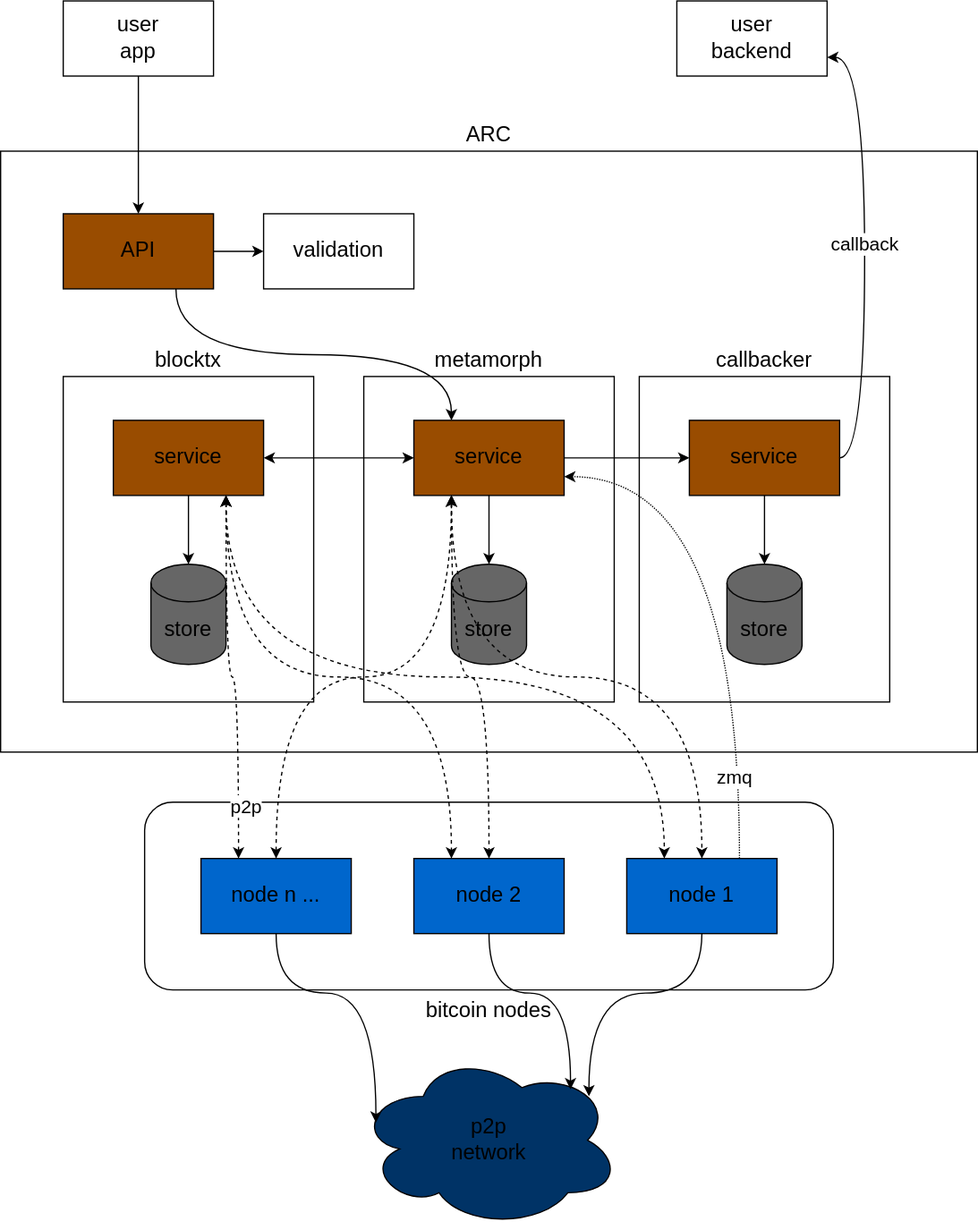
bitcoin-sv/arc keeps this draw.io diagram as doc/building_block_diagram.drawio.svg. Above is the earlier version. Source tidied: cells renumbered, new cells last; positions are measured from the earlier drawing's top-left corner, leaving out a move shared by most shapes.
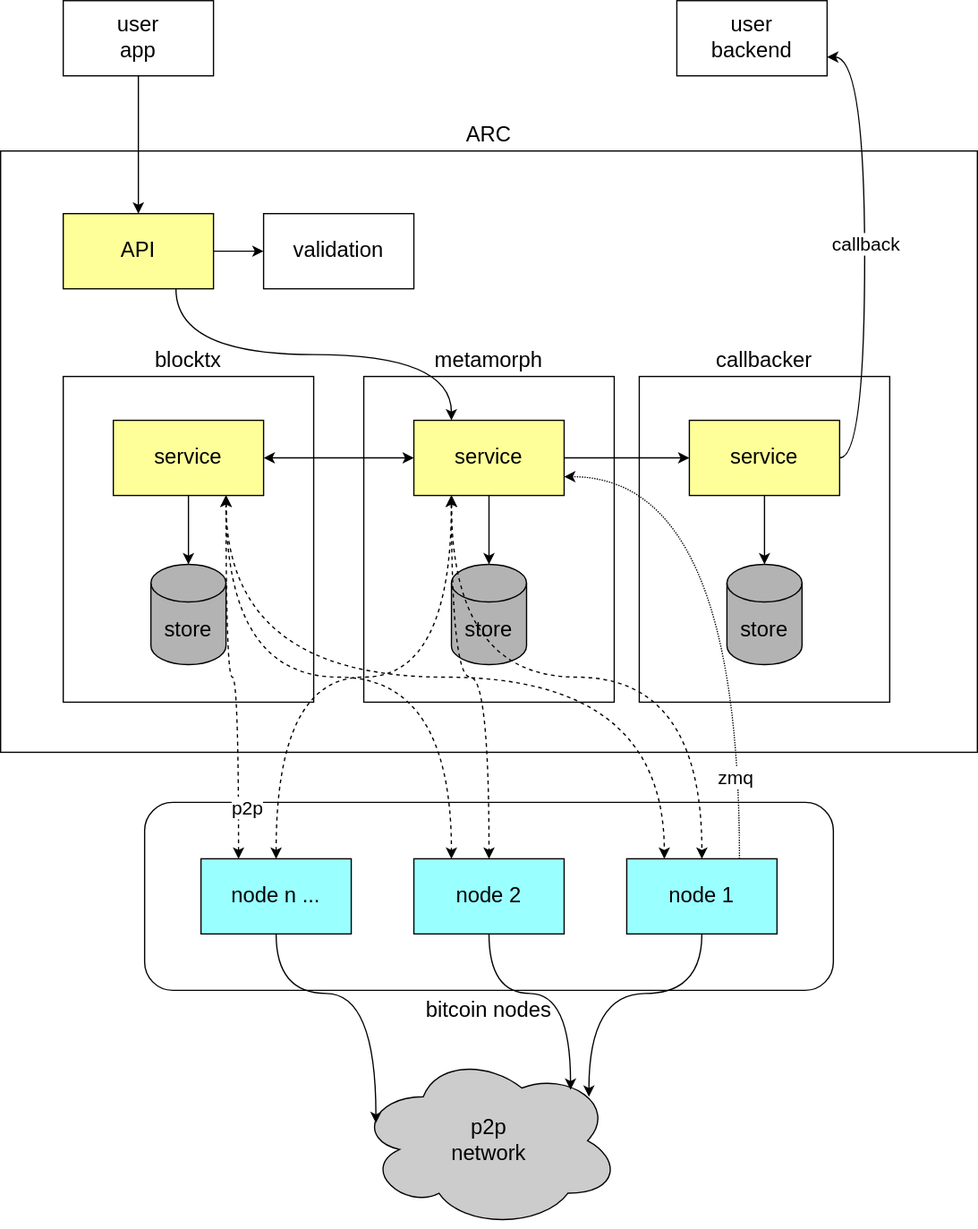
Later version of the same file.

Commit message:
docs(BPAAS-2024): Fix building block diagram

The edit, as a diff of the source:
```diff
@@ -1,8 +1,8 @@
-<mxGraphModel>
+<mxGraphModel background="#FFFFFF">
   <root>
     <mxCell id="0" />
     <mxCell id="1" parent="0" />
-    <mxCell id="2" value="ARC" style="rounded=0;whiteSpace=wrap;html=1;fontSize=17;align=center;labelPosition=center;verticalLabelPosition=top;verticalAlign=bottom;" parent="1" vertex="1">
+    <mxCell id="2" value="ARC" style="rounded=0;whiteSpace=wrap;html=1;fontSize=17;align=center;labelPosition=center;verticalLabelPosition=top;verticalAlign=bottom;fillColor=default;" parent="1" vertex="1">
       <mxGeometry y="120" width="780" height="480" as="geometry" />
     </mxCell>
     <mxCell id="3" value="metamorph" style="rounded=0;whiteSpace=wrap;html=1;fontSize=17;align=center;labelPosition=center;verticalLabelPosition=top;verticalAlign=bottom;" parent="1" vertex="1">
@@ -17,31 +17,31 @@
     <mxCell id="6" style="edgeStyle=orthogonalEdgeStyle;rounded=0;jettySize=auto;html=1;exitX=0.75;exitY=1;exitDx=0;exitDy=0;entryX=0.25;entryY=0;entryDx=0;entryDy=0;curved=1;" parent="1" edge="1" source="7" target="8">
       <mxGeometry relative="1" as="geometry" />
     </mxCell>
-    <mxCell id="7" value="API" style="rounded=0;whiteSpace=wrap;html=1;fontSize=17;fillColor=#994C00;" parent="1" vertex="1">
+    <mxCell id="7" value="API" style="rounded=0;whiteSpace=wrap;html=1;fontSize=17;fillColor=#FFFF99;" parent="1" vertex="1">
       <mxGeometry x="50" y="170" width="120" height="60" as="geometry" />
     </mxCell>
-    <mxCell id="8" value="service" style="rounded=0;whiteSpace=wrap;html=1;fontSize=17;fillColor=#994C00;gradientColor=none;" parent="1" vertex="1">
+    <mxCell id="8" value="service" style="rounded=0;whiteSpace=wrap;html=1;fontSize=17;fillColor=#FFFF99;gradientColor=none;" parent="1" vertex="1">
       <mxGeometry x="330" y="335" width="120" height="60" as="geometry" />
     </mxCell>
-    <mxCell id="9" value="store" style="shape=cylinder3;whiteSpace=wrap;html=1;boundedLbl=1;backgroundOutline=1;size=15;fontSize=17;fillColor=#666666;" parent="1" vertex="1">
+    <mxCell id="9" value="store" style="shape=cylinder3;whiteSpace=wrap;html=1;boundedLbl=1;backgroundOutline=1;size=15;fontSize=17;fillColor=#B3B3B3;" parent="1" vertex="1">
       <mxGeometry x="360" y="450" width="60" height="80" as="geometry" />
     </mxCell>
     <mxCell id="10" value="blocktx" style="rounded=0;whiteSpace=wrap;html=1;fontSize=17;align=center;labelPosition=center;verticalLabelPosition=top;verticalAlign=bottom;" parent="1" vertex="1">
       <mxGeometry x="50" y="300" width="200" height="260" as="geometry" />
     </mxCell>
-    <mxCell id="11" value="service" style="rounded=0;whiteSpace=wrap;html=1;fontSize=17;fillColor=#994C00;" parent="1" vertex="1">
+    <mxCell id="11" value="service" style="rounded=0;whiteSpace=wrap;html=1;fontSize=17;fillColor=#FFFF99;" parent="1" vertex="1">
       <mxGeometry x="90" y="335" width="120" height="60" as="geometry" />
     </mxCell>
-    <mxCell id="12" value="store" style="shape=cylinder3;whiteSpace=wrap;html=1;boundedLbl=1;backgroundOutline=1;size=15;fontSize=17;fillColor=#666666;" parent="1" vertex="1">
+    <mxCell id="12" value="store" style="shape=cylinder3;whiteSpace=wrap;html=1;boundedLbl=1;backgroundOutline=1;size=15;fontSize=17;fillColor=#B3B3B3;" parent="1" vertex="1">
       <mxGeometry x="120" y="450" width="60" height="80" as="geometry" />
     </mxCell>
     <mxCell id="13" value="callbacker" style="rounded=0;whiteSpace=wrap;html=1;fontSize=17;labelPosition=center;verticalLabelPosition=top;align=center;verticalAlign=bottom;" parent="1" vertex="1">
       <mxGeometry x="510" y="300" width="200" height="260" as="geometry" />
     </mxCell>
-    <mxCell id="14" value="service" style="rounded=0;whiteSpace=wrap;html=1;fontSize=17;fillColor=#994C00;" parent="1" vertex="1">
+    <mxCell id="14" value="service" style="rounded=0;whiteSpace=wrap;html=1;fontSize=17;fillColor=#FFFF99;" parent="1" vertex="1">
       <mxGeometry x="550" y="335" width="120" height="60" as="geometry" />
     </mxCell>
-    <mxCell id="15" value="store" style="shape=cylinder3;whiteSpace=wrap;html=1;boundedLbl=1;backgroundOutline=1;size=15;fontSize=17;fillColor=#666666;" parent="1" vertex="1">
+    <mxCell id="15" value="store" style="shape=cylinder3;whiteSpace=wrap;html=1;boundedLbl=1;backgroundOutline=1;size=15;fontSize=17;fillColor=#B3B3B3;" parent="1" vertex="1">
       <mxGeometry x="580" y="450" width="60" height="80" as="geometry" />
     </mxCell>
     <mxCell id="16" style="edgeStyle=orthogonalEdgeStyle;rounded=0;jettySize=auto;html=1;exitX=0.5;exitY=1;exitDx=0;exitDy=0;entryX=0.5;entryY=0;entryDx=0;entryDy=0;" parent="1" edge="1" source="17" target="7">
@@ -53,16 +53,16 @@
     <mxCell id="18" value="user&lt;br style=&quot;font-size: 17px;&quot;&gt;backend" style="rounded=0;whiteSpace=wrap;html=1;fontSize=17;" parent="1" vertex="1">
       <mxGeometry x="540" width="120" height="60" as="geometry" />
     </mxCell>
-    <mxCell id="19" value="p2p&lt;div style=&quot;font-size: 17px;&quot;&gt;network&lt;/div&gt;" style="ellipse;shape=cloud;whiteSpace=wrap;html=1;fontSize=17;fillColor=#003366;" parent="1" vertex="1">
+    <mxCell id="19" value="p2p&lt;div style=&quot;font-size: 17px;&quot;&gt;network&lt;/div&gt;" style="ellipse;shape=cloud;whiteSpace=wrap;html=1;fontSize=17;fillColor=#CCCCCC;" parent="1" vertex="1">
       <mxGeometry x="285" y="840" width="210" height="140" as="geometry" />
     </mxCell>
     <mxCell id="20" value="bitcoin nodes" style="rounded=1;whiteSpace=wrap;html=1;fontSize=17;labelPosition=center;verticalLabelPosition=bottom;align=center;verticalAlign=top;" parent="1" vertex="1">
       <mxGeometry x="115" y="640" width="550" height="150" as="geometry" />
     </mxCell>
-    <mxCell id="21" value="node n ..." style="rounded=0;whiteSpace=wrap;html=1;fontSize=17;fillColor=#0066CC;" parent="1" vertex="1">
+    <mxCell id="21" value="node n ..." style="rounded=0;whiteSpace=wrap;html=1;fontSize=17;fillColor=#99FFFF;" parent="1" vertex="1">
       <mxGeometry x="160" y="685" width="120" height="60" as="geometry" />
     </mxCell>
-    <mxCell id="22" value="node 2" style="rounded=0;whiteSpace=wrap;html=1;fontSize=17;fillColor=#0066CC;" parent="1" vertex="1">
+    <mxCell id="22" value="node 2" style="rounded=0;whiteSpace=wrap;html=1;fontSize=17;fillColor=#99FFFF;" parent="1" vertex="1">
       <mxGeometry x="330" y="685" width="120" height="60" as="geometry" />
     </mxCell>
     <mxCell id="23" style="edgeStyle=orthogonalEdgeStyle;rounded=0;jettySize=auto;html=1;exitX=0.75;exitY=0;exitDx=0;exitDy=0;entryX=1;entryY=0.75;entryDx=0;entryDy=0;elbow=vertical;curved=1;dashed=1;dashPattern=1 1;" parent="1" edge="1" source="25" target="8">
@@ -71,7 +71,7 @@
     <mxCell id="24" value="zmq" style="edgeLabel;html=1;align=center;verticalAlign=middle;fontSize=15;" parent="23" vertex="1">
       <mxGeometry x="-0.7" y="4" relative="1" as="geometry" />
     </mxCell>
-    <mxCell id="25" value="node 1" style="rounded=0;whiteSpace=wrap;html=1;fontSize=17;fillColor=#0066CC;" parent="1" vertex="1">
+    <mxCell id="25" value="node 1" style="rounded=0;whiteSpace=wrap;html=1;fontSize=17;fillColor=#99FFFF;" parent="1" vertex="1">
       <mxGeometry x="500" y="685" width="120" height="60" as="geometry" />
     </mxCell>
     <mxCell id="26" style="endArrow=classic;startArrow=classic;html=1;rounded=0;exitX=1;exitY=0.5;exitDx=0;exitDy=0;" parent="1" edge="1" source="11" target="8">
```
